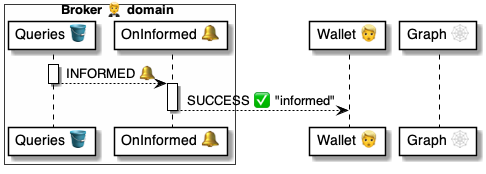
Above: 4 ⚙️ Solution/20 🧑‍🦰 UI/Brokers 🤵/🤵🪣 Broker tables/Queries 💼 table/🪣🧱 3 Informed 🔔 event/🤵 OnQueryInformed ⚙️ uml.png in pollyweb-org/pollyweb-docs (PlantUML), before the change. Its source is kept beside it as 4 ⚙️ Solution/20 🧑‍🦰 UI/Brokers 🤵/🤵🪣 Broker tables/Queries 💼 table/🪣🧱 3 Informed 🔔 event/🤵 OnQueryInformed ⚙️ uml.puml. Source of this version:
```plantuml
@startuml OnQueryInformed

box Broker 🤵 domain #FFFFFA
    participant "Queries 🪣" as table
    participant "OnInformed 🔔" as handler
end box
participant "Wallet 👱" as wallet
participant "Graph 🕸" as graph


activate table
    table --> handler: INFORMED 🔔
deactivate table

activate handler
    handler --> wallet: SUCCESS ✅ "informed"
deactivate handler

@enduml
```
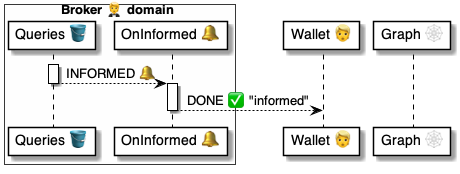
Above is the later version.

Change to the diagram source:
```diff
@@ -13,7 +13,7 @@
 deactivate table
 
 activate handler
-    handler --> wallet: SUCCESS ✅ "informed"
+    handler --> wallet: DONE ✅ "informed"
 deactivate handler
 
 @enduml
```
